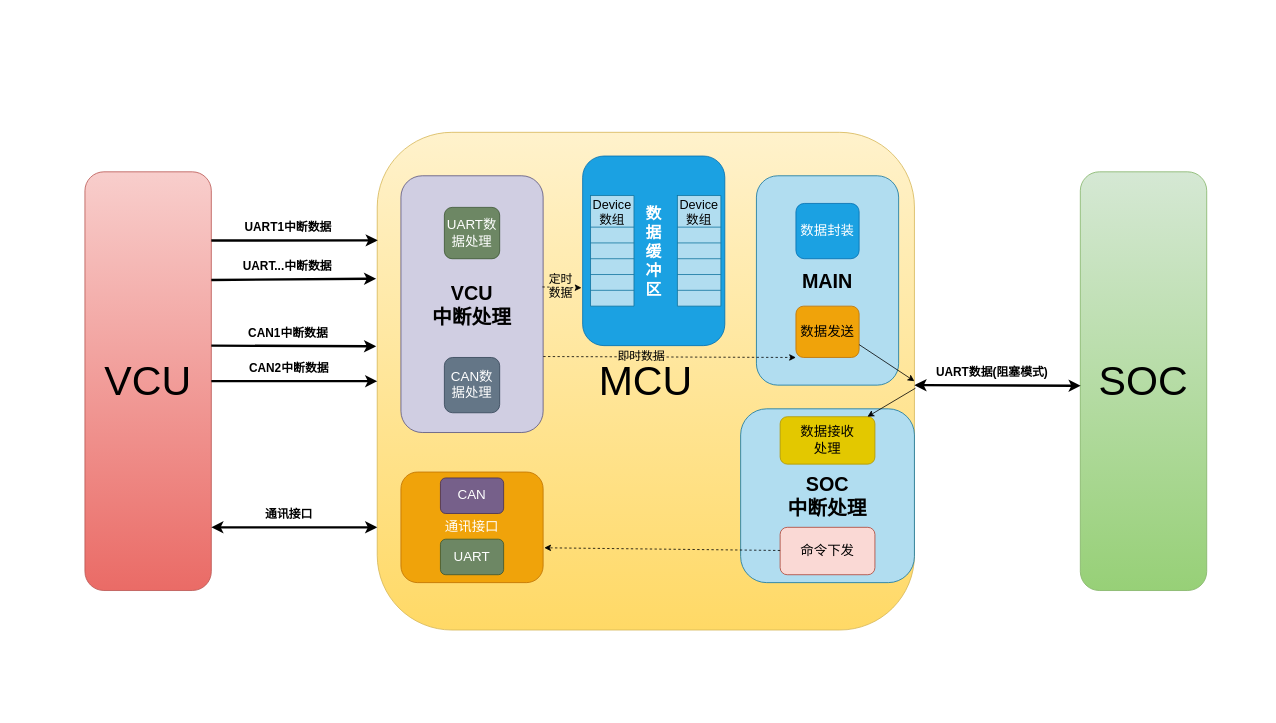
This is 小牛MCU框架图.drawio from liangchaojiang/WindowsProject1, a draw.io file, before an edit. Source tidied: cells renumbered, new cells numbered last; positions are measured from the earlier drawing's top-left corner, leaving out a move shared by most shapes. Both pictures are drawn from the tidied source at 79%, with x=0, y=0 at pixel (85, 132).
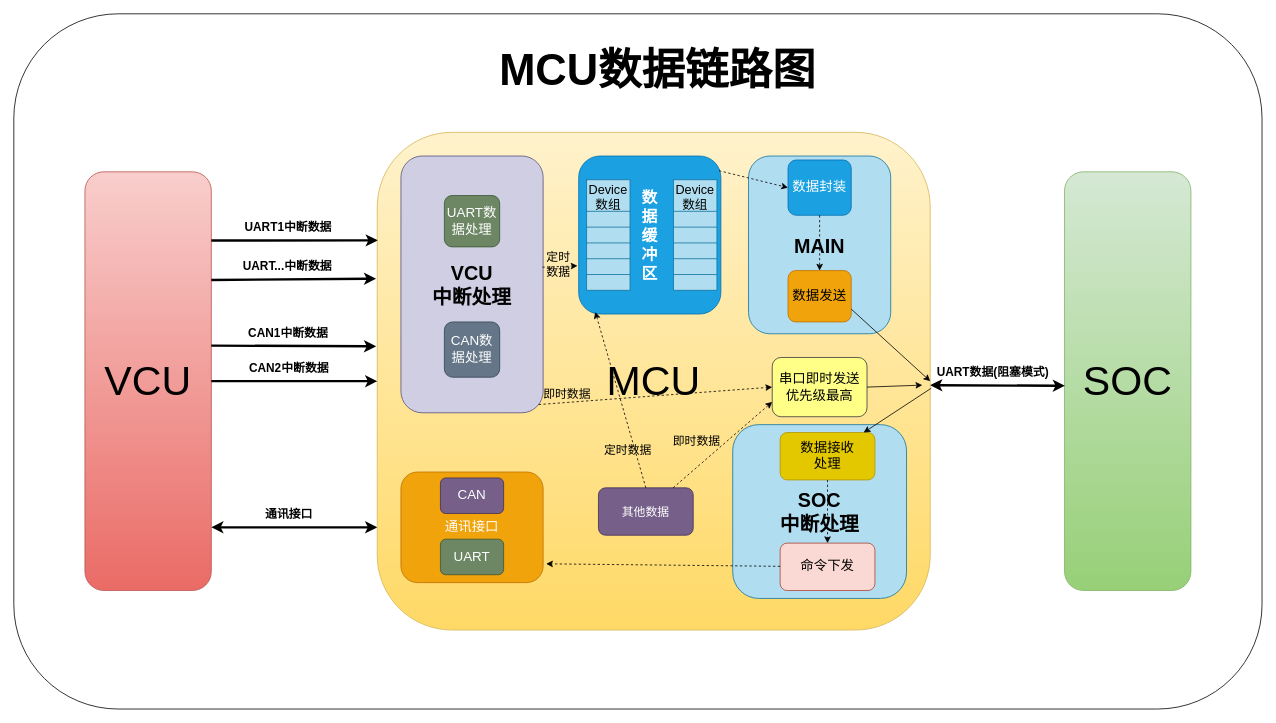
After the change.

Commit message:
更新小牛MCU框架图.drawio

Unchanged cells that the change refers to:
```xml
<mxCell id="58" value="&lt;span style=&quot;color: rgb(255, 255, 255); font-size: 17px;&quot;&gt;通讯接口&lt;/span&gt;" style="rounded=1;whiteSpace=wrap;html=1;fillColor=#f0a30a;fontColor=#000000;strokeColor=#BD7000;" parent="1" vertex="1">
  <mxGeometry x="400" y="430" width="180" height="140" as="geometry" />
</mxCell>
```

Diff of the diagram source:
```diff
@@
+    <mxCell id="63" style="rounded=1;whiteSpace=wrap;html=1;" parent="1" vertex="1">
+      <mxGeometry x="-90" y="-150" width="1580" height="880" as="geometry" />
+    </mxCell>
     <mxCell id="2" value="&lt;font style=&quot;font-size: 52px;&quot;&gt;MCU&lt;/font&gt;" style="rounded=1;whiteSpace=wrap;html=1;fillColor=#fff2cc;gradientColor=#ffd966;strokeColor=#d6b656;" parent="1" vertex="1">
-      <mxGeometry x="370" width="680" height="630" as="geometry" />
+      <mxGeometry x="370" width="700" height="630" as="geometry" />
     </mxCell>
@@
     <mxCell id="4" value="&lt;font style=&quot;font-size: 52px;&quot;&gt;SOC&lt;/font&gt;" style="rounded=1;whiteSpace=wrap;html=1;fillColor=#d5e8d4;gradientColor=#97d077;strokeColor=#82b366;" parent="1" vertex="1">
-      <mxGeometry x="1260" y="50" width="160" height="530" as="geometry" />
+      <mxGeometry x="1240" y="50" width="160" height="530" as="geometry" />
     </mxCell>
@@
     <mxCell id="15" value="&lt;span style=&quot;font-size: 25px;&quot;&gt;&lt;b&gt;VCU&lt;/b&gt;&lt;/span&gt;&lt;div&gt;&lt;span style=&quot;font-size: 25px;&quot;&gt;&lt;b&gt;中断处理&lt;/b&gt;&lt;/span&gt;&lt;/div&gt;" style="rounded=1;whiteSpace=wrap;html=1;fillColor=#d0cee2;strokeColor=#56517e;" parent="1" vertex="1">
-      <mxGeometry x="400" y="55" width="180" height="325" as="geometry" />
+      <mxGeometry x="400" y="30" width="180" height="325" as="geometry" />
     </mxCell>
     <mxCell id="16" value="&lt;font style=&quot;font-size: 17px;&quot;&gt;CAN数据处理&lt;/font&gt;" style="rounded=1;whiteSpace=wrap;html=1;fillColor=#647687;fontColor=#ffffff;strokeColor=#314354;" parent="1" vertex="1">
-      <mxGeometry x="455" y="285" width="70" height="70" as="geometry" />
+      <mxGeometry x="455" y="240" width="70" height="70" as="geometry" />
     </mxCell>
     <mxCell id="17" value="&lt;span style=&quot;font-size: 25px;&quot;&gt;&lt;b&gt;MAIN&lt;/b&gt;&lt;/span&gt;" style="rounded=1;whiteSpace=wrap;html=1;fillColor=#b1ddf0;strokeColor=#10739e;" parent="1" vertex="1">
-      <mxGeometry x="850" y="55" width="180" height="265" as="geometry" />
+      <mxGeometry x="840" y="30" width="180" height="225" as="geometry" />
     </mxCell>
     <mxCell id="18" value="&lt;font style=&quot;font-size: 17px;&quot;&gt;UART数据处理&lt;/font&gt;" style="rounded=1;whiteSpace=wrap;html=1;fillColor=#6d8764;fontColor=#ffffff;strokeColor=#3A5431;" parent="1" vertex="1">
-      <mxGeometry x="455" y="95" width="70" height="65" as="geometry" />
+      <mxGeometry x="455" y="80" width="70" height="65" as="geometry" />
     </mxCell>
     <mxCell id="19" value="&lt;font style=&quot;font-size: 20px;&quot;&gt;&lt;b&gt;数&lt;/b&gt;&lt;/font&gt;&lt;div&gt;&lt;font style=&quot;font-size: 20px;&quot;&gt;&lt;b&gt;据&lt;/b&gt;&lt;/font&gt;&lt;/div&gt;&lt;div&gt;&lt;font style=&quot;font-size: 20px;&quot;&gt;&lt;b&gt;缓&lt;/b&gt;&lt;/font&gt;&lt;/div&gt;&lt;div&gt;&lt;font style=&quot;font-size: 20px;&quot;&gt;&lt;b&gt;冲&lt;/b&gt;&lt;/font&gt;&lt;/div&gt;&lt;div&gt;&lt;font style=&quot;font-size: 20px;&quot;&gt;&lt;b&gt;区&lt;/b&gt;&lt;/font&gt;&lt;/div&gt;" style="rounded=1;whiteSpace=wrap;html=1;fillColor=#1ba1e2;strokeColor=#006EAF;fontColor=#ffffff;" parent="1" vertex="1">
-      <mxGeometry x="630" y="30" width="180" height="240" as="geometry" />
+      <mxGeometry x="625" y="30" width="180" height="200" as="geometry" />
     </mxCell>
     <mxCell id="20" value="&lt;font style=&quot;font-size: 17px;&quot;&gt;数据封装&lt;/font&gt;" style="rounded=1;whiteSpace=wrap;html=1;fillColor=#1ba1e2;fontColor=#ffffff;strokeColor=#006EAF;" parent="1" vertex="1">
-      <mxGeometry x="900" y="90" width="80" height="70" as="geometry" />
+      <mxGeometry x="890" y="35" width="80" height="70" as="geometry" />
     </mxCell>
     <mxCell id="21" value="&lt;font style=&quot;font-size: 17px;&quot;&gt;数据发送&lt;/font&gt;" style="rounded=1;whiteSpace=wrap;html=1;fillColor=#f0a30a;fontColor=#000000;strokeColor=#BD7000;" parent="1" vertex="1">
-      <mxGeometry x="900" y="220" width="80" height="65" as="geometry" />
+      <mxGeometry x="890" y="175" width="80" height="65" as="geometry" />
     </mxCell>
     <mxCell id="22" style="shape=table;startSize=0;childLayout=tableLayout;fontSize=16;fillColor=#b1ddf0;strokeColor=#10739e;" parent="1" vertex="1">
-      <mxGeometry x="640" y="80" width="55" height="140" as="geometry" />
+      <mxGeometry x="635" y="60" width="55" height="140" as="geometry" />
     </mxCell>
@@
     <mxCell id="35" style="shape=table;startSize=0;childLayout=tableLayout;fontSize=16;fillColor=#b1ddf0;strokeColor=#10739e;" parent="1" vertex="1">
-      <mxGeometry x="750" y="80" width="55" height="140" as="geometry" />
+      <mxGeometry x="745" y="60" width="55" height="140" as="geometry" />
     </mxCell>
@@
     <mxCell id="48" value="&lt;span style=&quot;font-size: 25px;&quot;&gt;&lt;b&gt;SOC&lt;/b&gt;&lt;/span&gt;&lt;div&gt;&lt;div&gt;&lt;span style=&quot;font-size: 25px;&quot;&gt;&lt;b&gt;中断处理&lt;/b&gt;&lt;/span&gt;&lt;/div&gt;&lt;/div&gt;" style="rounded=1;whiteSpace=wrap;html=1;fillColor=#b1ddf0;strokeColor=#10739e;" parent="1" vertex="1">
-      <mxGeometry x="830" y="350" width="220" height="220" as="geometry" />
+      <mxGeometry x="820" y="370" width="220" height="220" as="geometry" />
     </mxCell>
     <mxCell id="49" value="&lt;span style=&quot;font-size: 17px;&quot;&gt;数据接收&lt;/span&gt;&lt;div&gt;&lt;span style=&quot;font-size: 17px;&quot;&gt;处理&lt;/span&gt;&lt;/div&gt;" style="rounded=1;whiteSpace=wrap;html=1;fillColor=#e3c800;fontColor=#000000;strokeColor=#B09500;" parent="1" vertex="1">
-      <mxGeometry x="880" y="360" width="120" height="60" as="geometry" />
+      <mxGeometry x="880" y="380" width="120" height="60" as="geometry" />
     </mxCell>
     <mxCell id="50" value="&lt;span style=&quot;font-size: 17px;&quot;&gt;命令下发&lt;/span&gt;" style="rounded=1;whiteSpace=wrap;html=1;fillColor=#fad9d5;strokeColor=#ae4132;" parent="1" vertex="1">
-      <mxGeometry x="880" y="500" width="120" height="60" as="geometry" />
+      <mxGeometry x="880" y="520" width="120" height="60" as="geometry" />
     </mxCell>
@@
-    <mxCell id="53" style="endArrow=classic;html=1;rounded=0;exitX=1.001;exitY=0.704;exitDx=0;exitDy=0;exitPerimeter=0;entryX=0;entryY=1;entryDx=0;entryDy=0;dashed=1;" parent="1" edge="1" source="15" target="21">
+    <mxCell id="53" style="endArrow=classic;html=1;rounded=0;dashed=1;exitX=0.969;exitY=0.968;exitDx=0;exitDy=0;exitPerimeter=0;entryX=0;entryY=0.5;entryDx=0;entryDy=0;" parent="1" edge="1" source="15" target="69">
       <mxGeometry relative="1" as="geometry" />
     </mxCell>
     <mxCell id="54" value="即时数据" style="edgeLabel;html=1;align=center;verticalAlign=middle;fontSize=15;labelBackgroundColor=none;" parent="53" vertex="1">
-      <mxGeometry x="-0.23" y="2" relative="1" as="geometry" />
+      <mxGeometry x="-0.23" y="2" relative="1" as="geometry">
+        <mxPoint x="-78" y="-4" as="offset" />
+      </mxGeometry>
     </mxCell>
@@
-    <mxCell id="57" style="endArrow=classic;html=1;rounded=0;dashed=1;entryX=1.008;entryY=0.685;entryDx=0;entryDy=0;entryPerimeter=0;" parent="1" edge="1" source="50" target="58">
+    <mxCell id="57" style="endArrow=classic;html=1;rounded=0;dashed=1;entryX=1.021;entryY=0.83;entryDx=0;entryDy=0;entryPerimeter=0;" parent="1" edge="1" source="50" target="58">
       <mxGeometry relative="1" as="geometry" />
     </mxCell>
@@
+    <mxCell id="64" style="endArrow=classic;html=1;rounded=0;entryX=0;entryY=0.5;entryDx=0;entryDy=0;exitX=0.987;exitY=0.093;exitDx=0;exitDy=0;exitPerimeter=0;dashed=1;" parent="1" edge="1" source="19" target="20">
+      <mxGeometry relative="1" as="geometry" />
+    </mxCell>
+    <mxCell id="65" style="endArrow=classic;html=1;rounded=0;entryX=0.5;entryY=0;entryDx=0;entryDy=0;dashed=1;" parent="1" edge="1" source="20" target="21">
+      <mxGeometry relative="1" as="geometry" />
+    </mxCell>
+    <mxCell id="66" value="&lt;font style=&quot;font-size: 15px;&quot;&gt;其他数据&lt;/font&gt;" style="rounded=1;whiteSpace=wrap;html=1;fillColor=#76608a;fontColor=#ffffff;strokeColor=#432D57;" parent="1" vertex="1">
+      <mxGeometry x="650" y="450" width="120" height="60" as="geometry" />
+    </mxCell>
+    <mxCell id="67" style="endArrow=classic;html=1;rounded=0;entryX=0;entryY=0.75;entryDx=0;entryDy=0;dashed=1;" parent="1" edge="1" source="66" target="69">
+      <mxGeometry relative="1" as="geometry" />
+    </mxCell>
+    <mxCell id="68" value="&lt;font style=&quot;font-size: 15px;&quot;&gt;即时数据&lt;/font&gt;" style="edgeLabel;html=1;align=center;verticalAlign=middle;labelBackgroundColor=none;" parent="67" vertex="1">
+      <mxGeometry x="-0.09" relative="1" as="geometry">
+        <mxPoint x="-29" y="-11" as="offset" />
+      </mxGeometry>
+    </mxCell>
+    <mxCell id="69" value="&lt;span style=&quot;font-size: 17px;&quot;&gt;串口即时发送&lt;/span&gt;&lt;div&gt;&lt;span style=&quot;font-size: 17px;&quot;&gt;优先级最高&lt;/span&gt;&lt;/div&gt;" style="rounded=1;whiteSpace=wrap;html=1;fillColor=#ffff88;strokeColor=#36393d;" parent="1" vertex="1">
+      <mxGeometry x="870" y="285" width="120" height="75" as="geometry" />
+    </mxCell>
+    <mxCell id="70" style="endArrow=classic;html=1;rounded=0;exitX=1;exitY=0.5;exitDx=0;exitDy=0;" parent="1" edge="1" source="69">
+      <mxGeometry relative="1" as="geometry">
+        <mxPoint x="1060" y="320" as="targetPoint" />
+      </mxGeometry>
+    </mxCell>
+    <mxCell id="71" style="endArrow=classic;html=1;rounded=0;exitX=0.5;exitY=0;exitDx=0;exitDy=0;dashed=1;entryX=0.117;entryY=0.987;entryDx=0;entryDy=0;entryPerimeter=0;" parent="1" edge="1" source="66" target="19">
+      <mxGeometry relative="1" as="geometry" />
+    </mxCell>
+    <mxCell id="72" value="&lt;font style=&quot;font-size: 15px;&quot;&gt;定时数据&lt;/font&gt;" style="edgeLabel;html=1;align=center;verticalAlign=middle;labelBackgroundColor=none;" parent="71" vertex="1">
+      <mxGeometry x="-0.21" y="-1" relative="1" as="geometry">
+        <mxPoint x="1" y="39" as="offset" />
+      </mxGeometry>
+    </mxCell>
+    <mxCell id="73" value="&lt;font style=&quot;font-size: 55px;&quot;&gt;&lt;b style=&quot;&quot;&gt;MCU数据链路图&lt;/b&gt;&lt;/font&gt;" style="text;html=1;whiteSpace=wrap;strokeColor=none;fillColor=none;align=center;verticalAlign=middle;rounded=0;" parent="1" vertex="1">
+      <mxGeometry x="430" y="-120" width="590" height="80" as="geometry" />
+    </mxCell>
+    <mxCell id="74" style="endArrow=classic;html=1;rounded=0;exitX=0.5;exitY=1;exitDx=0;exitDy=0;dashed=1;" parent="1" edge="1" source="49" target="50">
+      <mxGeometry relative="1" as="geometry" />
+    </mxCell>
```
